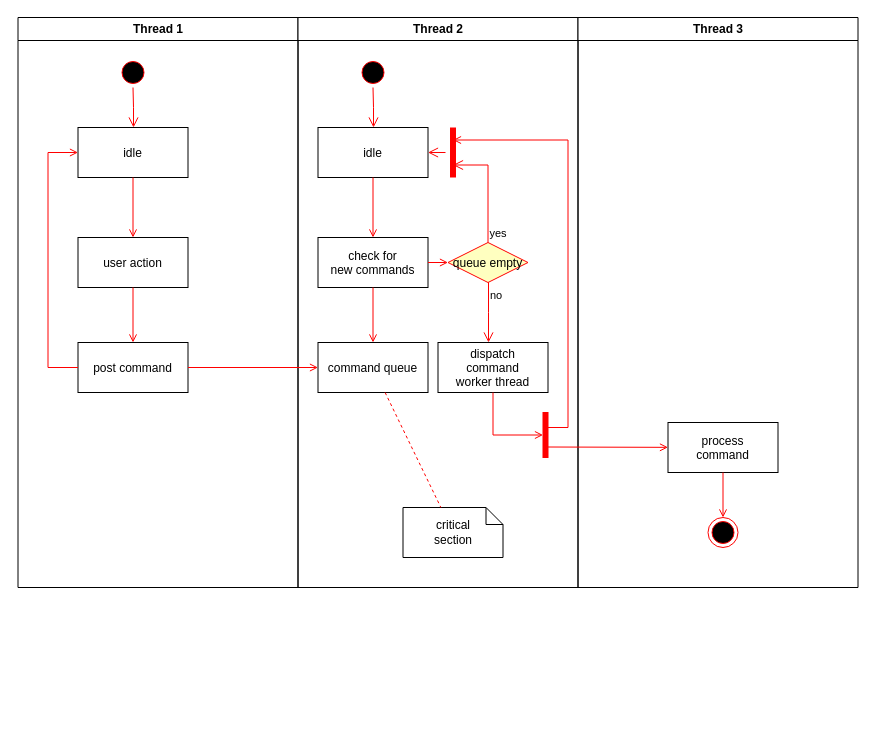
Above: ｔｒｉｄｅｎｔ.drawio in RoboDD/my-flow-chart (draw.io), before the change. Source tidied: cells renumbered, new cells numbered last; positions are measured from the earlier drawing's top-left corner, leaving out a move shared by most shapes. Both pictures are drawn from the tidied source at 100%, with x=0, y=0 at pixel (17, 17).
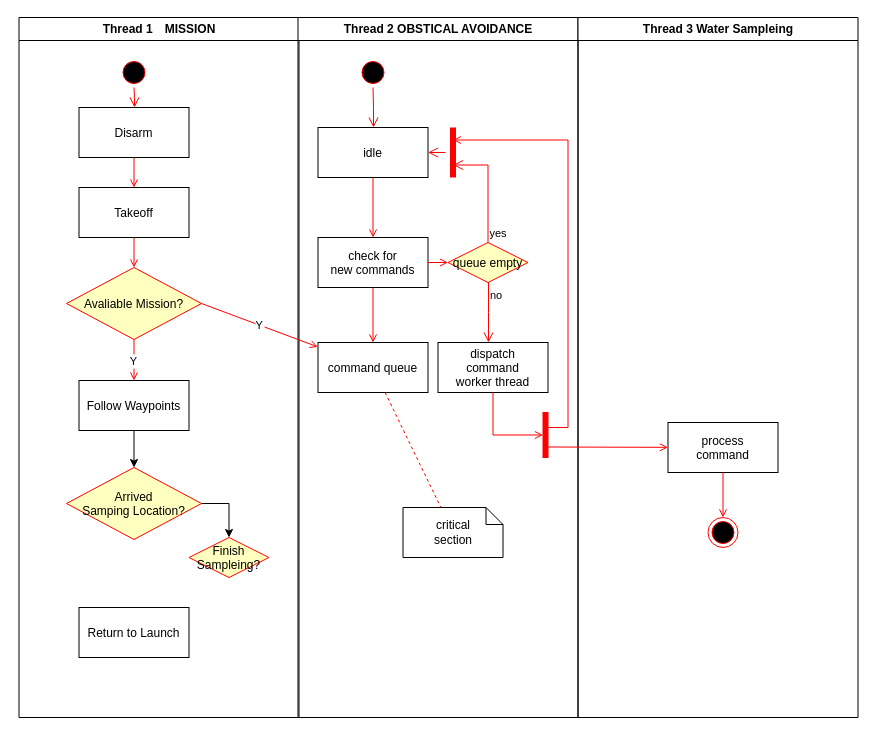
Above is the later version.

The change refers to these unchanged cells:
```xml
<mxCell id="17" value="command queue" parent="11" vertex="1">
  <mxGeometry x="20" y="325" width="110" height="50" as="geometry" />
</mxCell>
```

Change to the diagram source:
```diff
@@
-    <mxCell id="2" value="Thread 1" style="swimlane;whiteSpace=wrap;" parent="1" vertex="1">
-      <mxGeometry x="0.5" width="280" height="570" as="geometry" />
+    <mxCell id="2" value="Thread 1　MISSION" style="swimlane;whiteSpace=wrap;" parent="1" vertex="1">
+      <mxGeometry x="1.5" width="280" height="700" as="geometry" />
     </mxCell>
@@
-    <mxCell id="5" value="idle" parent="2" vertex="1">
-      <mxGeometry x="60" y="110" width="110" height="50" as="geometry" />
+    <mxCell id="5" value="Disarm" parent="2" vertex="1">
+      <mxGeometry x="60" y="90" width="110" height="50" as="geometry" />
     </mxCell>
-    <mxCell id="6" value="user action" parent="2" vertex="1">
-      <mxGeometry x="60" y="220" width="110" height="50" as="geometry" />
+    <mxCell id="6" value="Takeoff" parent="2" vertex="1">
+      <mxGeometry x="60" y="170" width="110" height="50" as="geometry" />
     </mxCell>
@@
-    <mxCell id="8" value="post command" parent="2" vertex="1">
-      <mxGeometry x="60" y="325" width="110" height="50" as="geometry" />
-    </mxCell>
-    <mxCell id="9" style="endArrow=open;strokeColor=#FF0000;endFill=1;rounded=0;" parent="2" edge="1" source="6" target="8">
+    <mxCell id="9" style="endArrow=open;strokeColor=#FF0000;endFill=1;rounded=0;entryX=0.5;entryY=0;entryDx=0;entryDy=0;" parent="2" edge="1" source="6" target="40">
       <mxGeometry relative="1" as="geometry" />
     </mxCell>
-    <mxCell id="10" style="edgeStyle=elbowEdgeStyle;elbow=horizontal;strokeColor=#FF0000;endArrow=open;endFill=1;rounded=0;" parent="2" edge="1" source="8" target="5">
-      <mxGeometry relative="1" as="geometry">
-        <Array as="points">
-          <mxPoint x="30" y="250" />
-        </Array>
-      </mxGeometry>
-    </mxCell>
+    <mxCell id="37" style="edgeStyle=orthogonalEdgeStyle;rounded=0;jettySize=auto;html=1;exitX=0.5;exitY=1;exitDx=0;exitDy=0;entryX=0.5;entryY=0;entryDx=0;entryDy=0;" parent="2" edge="1" source="38" target="42">
+      <mxGeometry relative="1" as="geometry" />
+    </mxCell>
+    <mxCell id="38" value="Follow Waypoints" parent="2" vertex="1">
+      <mxGeometry x="60" y="363" width="110" height="50" as="geometry" />
+    </mxCell>
+    <mxCell id="39" value="Y" style="endArrow=open;strokeColor=#FF0000;endFill=1;rounded=0;exitX=0.5;exitY=1;exitDx=0;exitDy=0;" parent="2" edge="1" source="40" target="38">
+      <mxGeometry relative="1" as="geometry" />
+    </mxCell>
+    <mxCell id="40" value="Avaliable Mission?" style="rhombus;fillColor=#ffffc0;strokeColor=#ff0000;" parent="2" vertex="1">
+      <mxGeometry x="47.5" y="250" width="135" height="72" as="geometry" />
+    </mxCell>
+    <mxCell id="41" style="edgeStyle=orthogonalEdgeStyle;rounded=0;jettySize=auto;html=1;exitX=1;exitY=0.5;exitDx=0;exitDy=0;entryX=0.5;entryY=0;entryDx=0;entryDy=0;" parent="2" edge="1" source="42" target="44">
+      <mxGeometry relative="1" as="geometry" />
+    </mxCell>
+    <mxCell id="42" value="Arrived &#10;Samping Location?" style="rhombus;fillColor=#ffffc0;strokeColor=#ff0000;" parent="2" vertex="1">
+      <mxGeometry x="47.5" y="450" width="135" height="72" as="geometry" />
+    </mxCell>
+    <mxCell id="43" value="Return to Launch" parent="2" vertex="1">
+      <mxGeometry x="60" y="590" width="110" height="50" as="geometry" />
+    </mxCell>
+    <mxCell id="44" value="Finish&#10;Sampleing?" style="rhombus;fillColor=#ffffc0;strokeColor=#ff0000;" parent="2" vertex="1">
+      <mxGeometry x="170" y="520" width="80" height="40" as="geometry" />
+    </mxCell>
-    <mxCell id="11" value="Thread 2" style="swimlane;whiteSpace=wrap;" parent="1" vertex="1">
-      <mxGeometry x="280.5" width="280" height="570" as="geometry" />
+    <mxCell id="11" value="Thread 2 OBSTICAL AVOIDANCE" style="swimlane;whiteSpace=wrap;" parent="1" vertex="1">
+      <mxGeometry x="280.5" width="280" height="700" as="geometry" />
     </mxCell>
@@
-    <mxCell id="30" value="Thread 3" style="swimlane;whiteSpace=wrap;" parent="1" vertex="1">
-      <mxGeometry x="560.5" width="280" height="570" as="geometry" />
+    <mxCell id="30" value="Thread 3 Water Sampleing" style="swimlane;whiteSpace=wrap;" parent="1" vertex="1">
+      <mxGeometry x="560.5" width="280" height="700" as="geometry" />
     </mxCell>
@@
-    <mxCell id="36" style="endArrow=open;strokeColor=#FF0000;endFill=1;rounded=0;" parent="1" edge="1" source="8" target="17">
+    <mxCell id="36" value="Y" style="endArrow=open;strokeColor=#FF0000;endFill=1;rounded=0;exitX=1;exitY=0.5;exitDx=0;exitDy=0;" parent="1" edge="1" source="40" target="17">
       <mxGeometry relative="1" as="geometry" />
     </mxCell>
```
